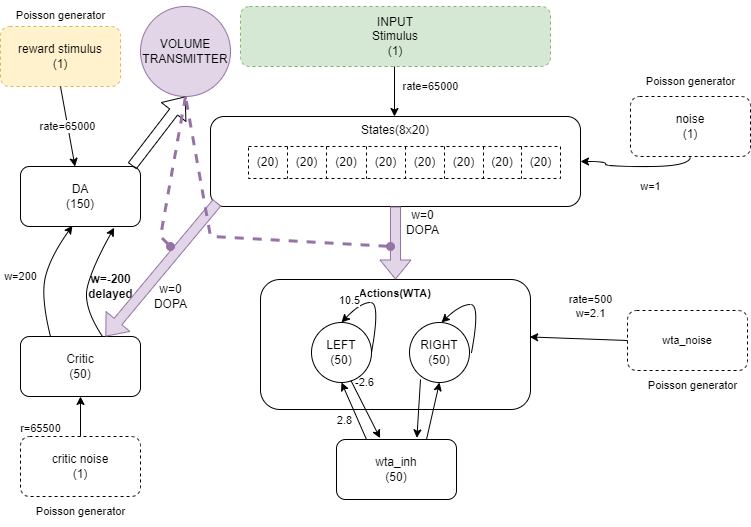
borkox/uni-sofia-masters-project keeps this draw.io diagram as doc/variant2_snn_architecture_en.drawio.png. Above is the earlier version. Source tidied: cells renumbered, new cells last; positions are measured from the earlier drawing's top-left corner, leaving out a move shared by most shapes.
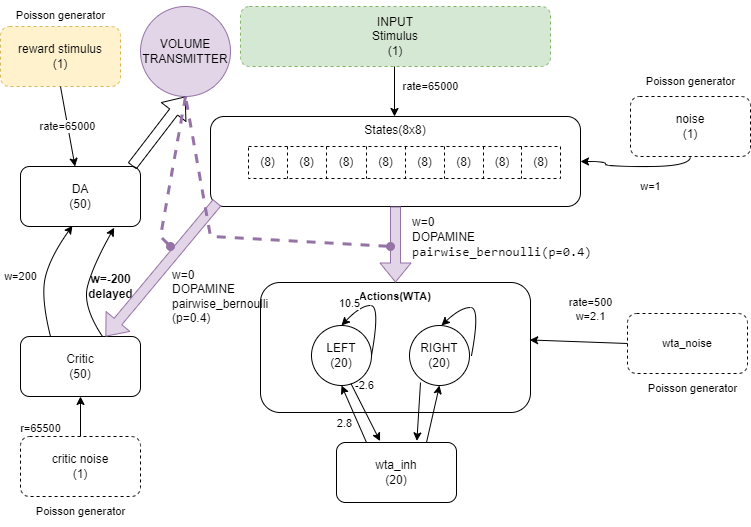
Later version of the same file.

Change to the diagram source:
```diff
@@ -2,7 +2,7 @@
   <root>
     <mxCell id="0" />
     <mxCell id="1" parent="0" />
-    <mxCell id="2" value="States(8x20)" style="rounded=1;whiteSpace=wrap;html=1;verticalAlign=top;" parent="1" vertex="1">
+    <mxCell id="2" value="States(8x8)" style="rounded=1;whiteSpace=wrap;html=1;verticalAlign=top;" parent="1" vertex="1">
       <mxGeometry x="210" y="116" width="370" height="90" as="geometry" />
     </mxCell>
     <mxCell id="3" style="shape=table;html=1;whiteSpace=wrap;startSize=0;swimlaneLine=1;dashed=1;" parent="1" vertex="1">
@@ -11,28 +11,28 @@
     <mxCell id="4" style="shape=tableRow;horizontal=0;startSize=0;swimlaneHead=0;swimlaneBody=0;top=0;left=0;bottom=0;right=0;fillColor=none;" parent="3" vertex="1">
       <mxGeometry width="312" height="32" as="geometry" />
     </mxCell>
-    <mxCell id="5" value="(20)" style="shape=partialRectangle;html=1;whiteSpace=wrap;fillColor=none;top=0;left=0;bottom=0;right=0;overflow=hidden;" parent="4" vertex="1">
+    <mxCell id="5" value="(8)" style="shape=partialRectangle;html=1;whiteSpace=wrap;fillColor=none;top=0;left=0;bottom=0;right=0;overflow=hidden;" parent="4" vertex="1">
       <mxGeometry width="39" height="32" as="geometry" />
     </mxCell>
-    <mxCell id="6" value="(20)" style="shape=partialRectangle;html=1;whiteSpace=wrap;fillColor=none;top=0;left=0;bottom=0;right=0;overflow=hidden;" parent="4" vertex="1">
+    <mxCell id="6" value="(8)" style="shape=partialRectangle;html=1;whiteSpace=wrap;fillColor=none;top=0;left=0;bottom=0;right=0;overflow=hidden;" parent="4" vertex="1">
       <mxGeometry x="39" width="39" height="32" as="geometry" />
     </mxCell>
-    <mxCell id="7" value="(20)" style="shape=partialRectangle;html=1;whiteSpace=wrap;fillColor=none;top=0;left=0;bottom=0;right=0;overflow=hidden;" parent="4" vertex="1">
+    <mxCell id="7" value="(8)" style="shape=partialRectangle;html=1;whiteSpace=wrap;fillColor=none;top=0;left=0;bottom=0;right=0;overflow=hidden;" parent="4" vertex="1">
       <mxGeometry x="78" width="40" height="32" as="geometry" />
     </mxCell>
-    <mxCell id="8" value="(20)" style="shape=partialRectangle;html=1;whiteSpace=wrap;fillColor=none;top=0;left=0;bottom=0;right=0;overflow=hidden;" parent="4" vertex="1">
+    <mxCell id="8" value="(8)" style="shape=partialRectangle;html=1;whiteSpace=wrap;fillColor=none;top=0;left=0;bottom=0;right=0;overflow=hidden;" parent="4" vertex="1">
       <mxGeometry x="118" width="39" height="32" as="geometry" />
     </mxCell>
-    <mxCell id="9" value="(20)" style="shape=partialRectangle;html=1;whiteSpace=wrap;fillColor=none;top=0;left=0;bottom=0;right=0;overflow=hidden;" parent="4" vertex="1">
+    <mxCell id="9" value="(8)" style="shape=partialRectangle;html=1;whiteSpace=wrap;fillColor=none;top=0;left=0;bottom=0;right=0;overflow=hidden;" parent="4" vertex="1">
       <mxGeometry x="157" width="39" height="32" as="geometry" />
     </mxCell>
-    <mxCell id="10" value="(20)" style="shape=partialRectangle;html=1;whiteSpace=wrap;fillColor=none;top=0;left=0;bottom=0;right=0;overflow=hidden;" parent="4" vertex="1">
+    <mxCell id="10" value="(8)" style="shape=partialRectangle;html=1;whiteSpace=wrap;fillColor=none;top=0;left=0;bottom=0;right=0;overflow=hidden;" parent="4" vertex="1">
       <mxGeometry x="196" width="39" height="32" as="geometry" />
     </mxCell>
-    <mxCell id="11" value="(20)" style="shape=partialRectangle;html=1;whiteSpace=wrap;fillColor=none;top=0;left=0;bottom=0;right=0;overflow=hidden;" parent="4" vertex="1">
+    <mxCell id="11" value="(8)" style="shape=partialRectangle;html=1;whiteSpace=wrap;fillColor=none;top=0;left=0;bottom=0;right=0;overflow=hidden;" parent="4" vertex="1">
       <mxGeometry x="235" width="38" height="32" as="geometry" />
     </mxCell>
-    <mxCell id="12" value="(20)" style="shape=partialRectangle;html=1;whiteSpace=wrap;fillColor=none;top=0;left=0;bottom=0;right=0;overflow=hidden;" parent="4" vertex="1">
+    <mxCell id="12" value="(8)" style="shape=partialRectangle;html=1;whiteSpace=wrap;fillColor=none;top=0;left=0;bottom=0;right=0;overflow=hidden;" parent="4" vertex="1">
       <mxGeometry x="273" width="39" height="32" as="geometry" />
     </mxCell>
     <mxCell id="13" value="noise&lt;br&gt;(1)" style="rounded=1;whiteSpace=wrap;html=1;dashed=1;" parent="1" vertex="1">
@@ -50,7 +50,7 @@
     <mxCell id="16" value="reward stimulus&lt;br&gt;(1)" style="rounded=1;whiteSpace=wrap;html=1;dashed=1;fillColor=#fff2cc;strokeColor=#d6b656;" parent="1" vertex="1">
       <mxGeometry y="26" width="120" height="60" as="geometry" />
     </mxCell>
-    <mxCell id="17" value="DA&lt;br&gt;(150)" style="rounded=1;whiteSpace=wrap;html=1;" parent="1" vertex="1">
+    <mxCell id="17" value="DA&lt;br&gt;(50)" style="rounded=1;whiteSpace=wrap;html=1;" parent="1" vertex="1">
       <mxGeometry x="20" y="166" width="120" height="60" as="geometry" />
     </mxCell>
     <mxCell id="18" value="VOLUME&lt;br&gt;TRANSMITTER" style="ellipse;whiteSpace=wrap;html=1;fillColor=#e1d5e7;strokeColor=#9673a6;" parent="1" vertex="1">
@@ -63,19 +63,19 @@
       <mxGeometry x="20" y="436" width="120" height="60" as="geometry" />
     </mxCell>
     <mxCell id="21" value="&lt;font size=&quot;1&quot; style=&quot;&quot;&gt;&lt;b style=&quot;font-size: 11px;&quot;&gt;Actions(WTA)&lt;/b&gt;&lt;/font&gt;" style="rounded=1;whiteSpace=wrap;html=1;verticalAlign=top;" parent="1" vertex="1">
-      <mxGeometry x="260" y="279" width="270" height="130" as="geometry" />
+      <mxGeometry x="260" y="282" width="270" height="130" as="geometry" />
     </mxCell>
-    <mxCell id="22" value="LEFT&lt;br&gt;(50)" style="ellipse;whiteSpace=wrap;html=1;verticalAlign=middle;" parent="1" vertex="1">
-      <mxGeometry x="311" y="322" width="60" height="60" as="geometry" />
+    <mxCell id="22" value="LEFT&lt;br&gt;(20)" style="ellipse;whiteSpace=wrap;html=1;verticalAlign=middle;" parent="1" vertex="1">
+      <mxGeometry x="311" y="325" width="60" height="60" as="geometry" />
     </mxCell>
-    <mxCell id="23" value="RIGHT&lt;br&gt;(50)" style="ellipse;whiteSpace=wrap;html=1;verticalAlign=middle;" parent="1" vertex="1">
-      <mxGeometry x="409" y="322" width="60" height="60" as="geometry" />
+    <mxCell id="23" value="RIGHT&lt;br&gt;(20)" style="ellipse;whiteSpace=wrap;html=1;verticalAlign=middle;" parent="1" vertex="1">
+      <mxGeometry x="409" y="325" width="60" height="60" as="geometry" />
     </mxCell>
     <mxCell id="24" style="curved=1;endArrow=classic;html=1;rounded=0;exitX=1;exitY=0.5;exitDx=0;exitDy=0;entryX=0.5;entryY=0;entryDx=0;entryDy=0;" parent="1" edge="1" source="22" target="22">
       <mxGeometry relative="1" as="geometry">
         <Array as="points">
-          <mxPoint x="380" y="302" />
-          <mxPoint x="360" y="302" />
+          <mxPoint x="380" y="305" />
+          <mxPoint x="360" y="305" />
         </Array>
       </mxGeometry>
     </mxCell>
@@ -86,16 +86,16 @@
     </mxCell>
     <mxCell id="26" style="curved=1;endArrow=classic;html=1;rounded=0;" parent="1" edge="1">
       <mxGeometry relative="1" as="geometry">
-        <mxPoint x="471" y="352" as="sourcePoint" />
-        <mxPoint x="441" y="322" as="targetPoint" />
+        <mxPoint x="471" y="355" as="sourcePoint" />
+        <mxPoint x="441" y="325" as="targetPoint" />
         <Array as="points">
-          <mxPoint x="480" y="304" />
-          <mxPoint x="460" y="304" />
+          <mxPoint x="480" y="307" />
+          <mxPoint x="460" y="307" />
         </Array>
       </mxGeometry>
     </mxCell>
-    <mxCell id="27" value="wta_inh&lt;br&gt;(50)" style="rounded=1;whiteSpace=wrap;html=1;" parent="1" vertex="1">
-      <mxGeometry x="336" y="439" width="120" height="60" as="geometry" />
+    <mxCell id="27" value="wta_inh&lt;br&gt;(20)" style="rounded=1;whiteSpace=wrap;html=1;" parent="1" vertex="1">
+      <mxGeometry x="336" y="442" width="120" height="60" as="geometry" />
     </mxCell>
     <mxCell id="28" value="2.8" style="endArrow=classic;html=1;rounded=0;exitX=0.25;exitY=0;exitDx=0;exitDy=0;entryX=0.5;entryY=1;entryDx=0;entryDy=0;labelBackgroundColor=none;" parent="1" edge="1" source="27" target="22">
       <mxGeometry x="-0.14" y="12" relative="1" as="geometry">
@@ -115,7 +115,7 @@
     </mxCell>
     <mxCell id="32" style="endArrow=classic;html=1;rounded=0;entryX=0.67;entryY=-0.027;entryDx=0;entryDy=0;entryPerimeter=0;" parent="1" edge="1" target="27">
       <mxGeometry relative="1" as="geometry">
-        <mxPoint x="420" y="379" as="sourcePoint" />
+        <mxPoint x="420" y="382" as="sourcePoint" />
       </mxGeometry>
     </mxCell>
     <mxCell id="33" value="r=65500" style="endArrow=classic;html=1;rounded=0;entryX=0.5;entryY=1;entryDx=0;entryDy=0;exitX=0.5;exitY=0;exitDx=0;exitDy=0;labelBackgroundColor=none;" parent="1" edge="1" source="20" target="19">
@@ -145,14 +145,14 @@
         </Array>
       </mxGeometry>
     </mxCell>
-    <mxCell id="38" value="w=0&lt;br&gt;DOPA" style="shape=flexArrow;endArrow=classic;html=1;rounded=0;fontSize=12;entryX=0.5;entryY=0;entryDx=0;entryDy=0;fillColor=#e1d5e7;strokeColor=#9673a6;labelBackgroundColor=none;exitX=0.5;exitY=1;exitDx=0;exitDy=0;" parent="1" edge="1" source="2" target="21">
-      <mxGeometry x="-0.57" y="27" relative="1" as="geometry" />
+    <mxCell id="38" value="w=0&lt;br&gt;DOPAMINE&lt;br&gt;&lt;span style=&quot;background-color: rgb(255, 255, 255); color: rgb(8, 8, 8); font-family: &amp;quot;JetBrains Mono&amp;quot;, monospace; font-size: 9.8pt;&quot;&gt;pairwise_bernoulli(p=0.4)&lt;/span&gt;" style="shape=flexArrow;endArrow=classic;html=1;rounded=0;fontSize=12;entryX=0.5;entryY=0;entryDx=0;entryDy=0;fillColor=#e1d5e7;strokeColor=#9673a6;labelBackgroundColor=none;exitX=0.5;exitY=1;exitDx=0;exitDy=0;align=left;" parent="1" edge="1" source="2" target="21">
+      <mxGeometry x="-0.18" y="15" relative="1" as="geometry" />
     </mxCell>
-    <mxCell id="39" value="w=0&lt;br&gt;DOPA" style="shape=flexArrow;endArrow=classic;html=1;rounded=0;fontSize=12;fillColor=#e1d5e7;strokeColor=#9673a6;exitX=0.018;exitY=0.956;exitDx=0;exitDy=0;exitPerimeter=0;labelBackgroundColor=none;" parent="1" edge="1" source="2" target="19">
+    <mxCell id="39" value="w=0&lt;br&gt;DOPAMINE&lt;br style=&quot;border-color: var(--border-color);&quot;&gt;&lt;div style=&quot;&quot;&gt;&lt;span style=&quot;background-color: initial;&quot;&gt;pairwise_bernoulli&lt;/span&gt;&lt;/div&gt;&lt;div style=&quot;&quot;&gt;&lt;span style=&quot;background-color: initial;&quot;&gt;(p=0.4)&lt;/span&gt;&lt;/div&gt;" style="shape=flexArrow;endArrow=classic;html=1;rounded=0;fontSize=12;fillColor=#e1d5e7;strokeColor=#9673a6;exitX=0.018;exitY=0.956;exitDx=0;exitDy=0;exitPerimeter=0;labelBackgroundColor=none;align=left;" parent="1" edge="1" source="2" target="19">
       <mxGeometry x="0.17" y="24" relative="1" as="geometry" />
     </mxCell>
     <mxCell id="40" value="wta_noise" style="rounded=1;whiteSpace=wrap;html=1;fontSize=11;dashed=1;" parent="1" vertex="1">
-      <mxGeometry x="627" y="310" width="120" height="60" as="geometry" />
+      <mxGeometry x="627" y="313" width="120" height="60" as="geometry" />
     </mxCell>
     <mxCell id="41" value="rate=500&lt;br&gt;w=2.1" style="endArrow=classic;html=1;rounded=0;fontSize=11;exitX=0;exitY=0.5;exitDx=0;exitDy=0;entryX=0.997;entryY=0.442;entryDx=0;entryDy=0;entryPerimeter=0;labelBackgroundColor=none;" parent="1" edge="1" source="40" target="21">
       <mxGeometry x="-0.22" y="-33" relative="1" as="geometry" />
@@ -170,7 +170,7 @@
       <mxGeometry x="5" width="110" height="30" as="geometry" />
     </mxCell>
     <mxCell id="46" value="Poisson generator" style="text;html=1;align=center;verticalAlign=middle;strokeColor=none;fillColor=none;fontSize=11;" parent="1" vertex="1">
-      <mxGeometry x="637" y="370" width="110" height="30" as="geometry" />
+      <mxGeometry x="637" y="373" width="110" height="30" as="geometry" />
     </mxCell>
     <mxCell id="47" style="endArrow=none;dashed=1;html=1;rounded=0;entryX=0.5;entryY=1;entryDx=0;entryDy=0;fillColor=#e1d5e7;strokeColor=#9673a6;strokeWidth=3;startArrow=oval;startFill=1;" parent="1" edge="1" target="18">
       <mxGeometry relative="1" as="geometry">
```
